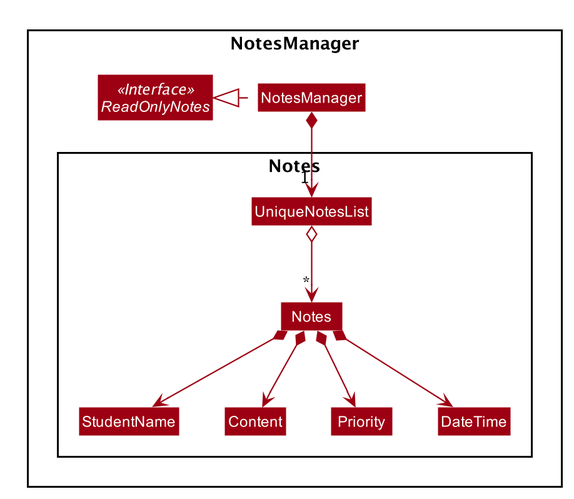
tingalinga/main keeps this PlantUML diagram as docs/images/developerguide/notes/NotesModelClassDiagram.png. Above is the earlier version. The source it was exported from:
```plantuml
@startuml








skinparam BackgroundColor #FFFFFFF

skinparam Shadowing false

skinparam Class {
    FontColor #FFFFFF
    BorderThickness 1
    BorderColor #FFFFFF
    StereotypeFontColor #FFFFFF
    FontName Arial
}

skinparam Actor {
    BorderColor #000000
    Color #000000
    FontName Arial
}

skinparam Sequence {
    MessageAlign center
    BoxFontSize 15
    BoxPadding 0
    BoxFontColor #FFFFFF
    FontName Arial
}

skinparam Participant {
    FontColor #FFFFFFF
    Padding 20
}

skinparam MinClassWidth 50
skinparam ParticipantPadding 10
skinparam Shadowing false
skinparam DefaultTextAlignment center
skinparam packageStyle Rectangle

hide footbox
hide members
hide circle
skinparam arrowThickness 1.1
skinparam arrowColor #9D0012
skinparam classBackgroundColor #9D0012

Package NotesManager {
Interface ReadOnlyNotes <<Interface>>
Class NotesManager
NotesManager .left.|> ReadOnlyNotes

Package Notes  {
Class UniqueNotesList
Class Notes
Notes *--> StudentName
Notes *--> Content
Notes *--> Priority
Notes *--> DateTime

NotesManager *--> "1" UniqueNotesList
UniqueNotesList o--> "*" Notes

@enduml
```
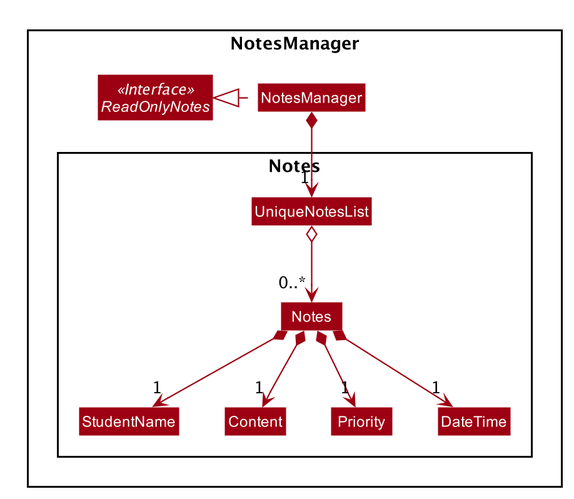
The same diagram one commit later.

Change to the diagram source:
```diff
@@ -59,12 +59,12 @@
 Package Notes  {
 Class UniqueNotesList
 Class Notes
-Notes *--> StudentName
-Notes *--> Content
-Notes *--> Priority
-Notes *--> DateTime
+Notes *--> "1" StudentName
+Notes *--> "1" Content
+Notes *--> "1" Priority
+Notes *--> "1" DateTime
 
 NotesManager *--> "1" UniqueNotesList
-UniqueNotesList o--> "*" Notes
+UniqueNotesList o--> "0..*" Notes
 
 @enduml
```
